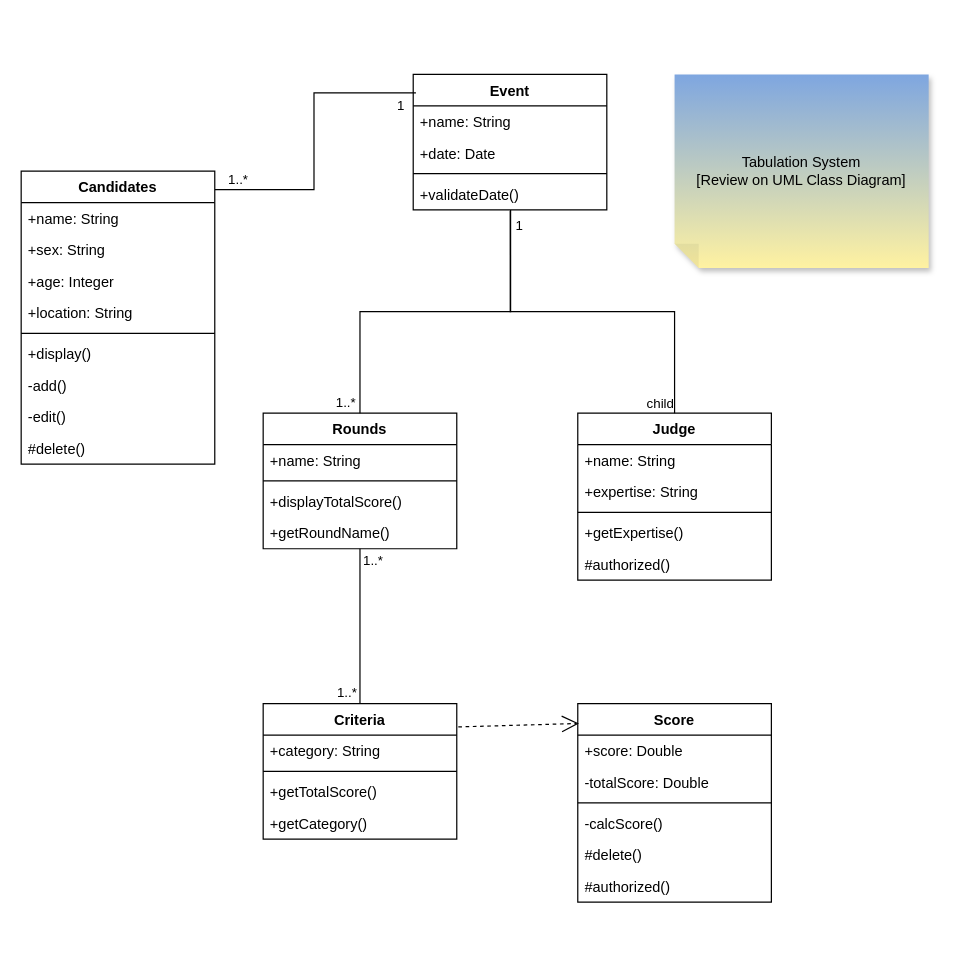
Earlier version of the draw.io diagram Tabulation System.drawio (kaisunoo/Acads). Source tidied: cells renumbered, new cells numbered last; positions are measured from the earlier drawing's top-left corner, leaving out a move shared by most shapes. Both pictures are drawn from the tidied source at 121%, with x=0, y=0 at pixel (21, 74).
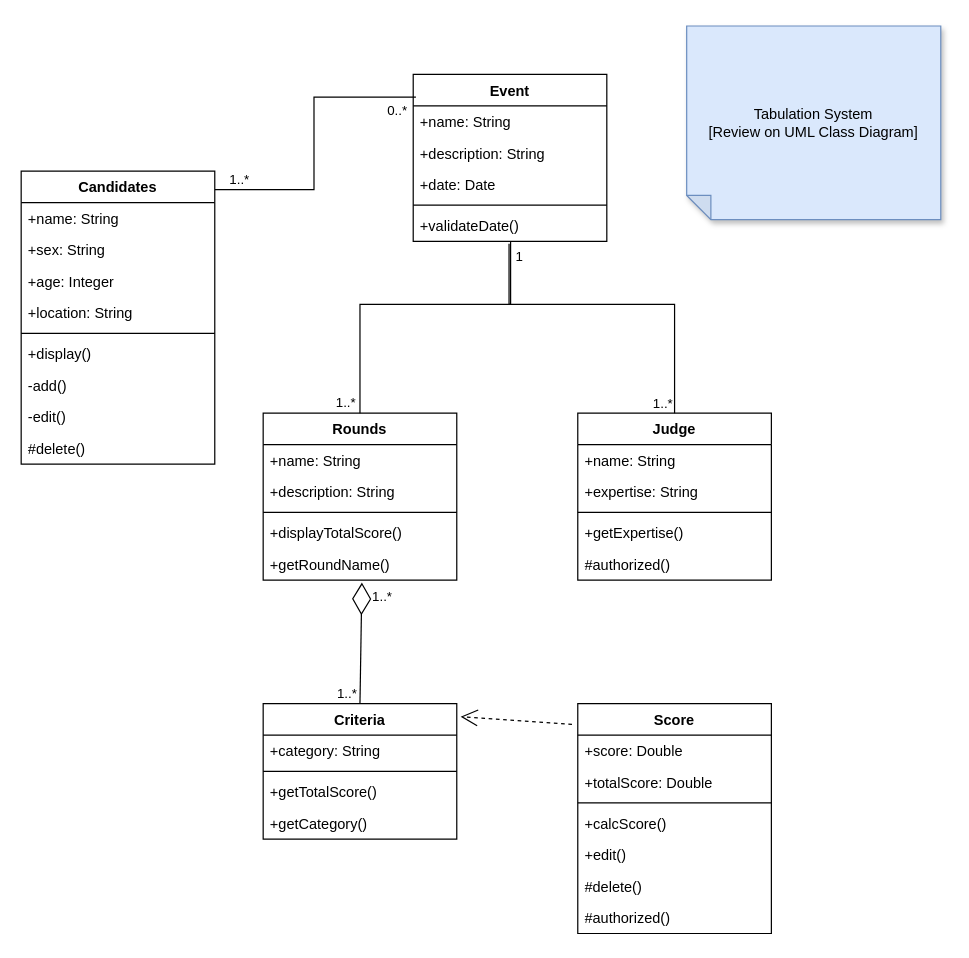
The same diagram, later.

The change refers to these unchanged cells:
```xml
<mxCell id="2" value="Criteria" style="swimlane;fontStyle=1;align=center;verticalAlign=top;horizontal=1;startSize=26;whiteSpace=wrap;html=1;" parent="1" vertex="1">
  <mxGeometry x="200" y="520" width="160" height="112" as="geometry" />
</mxCell>
<mxCell id="29" value="Judge" style="swimlane;fontStyle=1;align=center;verticalAlign=top;horizontal=1;startSize=26;whiteSpace=wrap;html=1;" parent="1" vertex="1">
  <mxGeometry x="460" y="280" width="160" height="138" as="geometry" />
</mxCell>
<mxCell id="40" style="endArrow=none;html=1;edgeStyle=orthogonalEdgeStyle;rounded=0;exitX=0.014;exitY=0.136;exitDx=0;exitDy=0;exitPerimeter=0;entryX=1.001;entryY=0.063;entryDx=0;entryDy=0;entryPerimeter=0;" parent="1" edge="1" source="24" target="7">
  <mxGeometry relative="1" as="geometry" />
</mxCell>
```

What changed in the source:
```diff
@@
     <mxCell id="17" value="Score" style="swimlane;fontStyle=1;align=center;verticalAlign=top;horizontal=1;startSize=26;whiteSpace=wrap;html=1;" parent="1" vertex="1">
-      <mxGeometry x="460" y="520" width="160" height="164" as="geometry" />
+      <mxGeometry x="460" y="520" width="160" height="190" as="geometry" />
     </mxCell>
@@
-    <mxCell id="19" value="-totalScore: Double" style="text;strokeColor=none;fillColor=none;align=left;verticalAlign=top;spacingLeft=4;spacingRight=4;overflow=hidden;whiteSpace=wrap;html=1;" parent="17" vertex="1">
+    <mxCell id="19" value="+totalScore: Double" style="text;strokeColor=none;fillColor=none;align=left;verticalAlign=top;spacingLeft=4;spacingRight=4;overflow=hidden;whiteSpace=wrap;html=1;" parent="17" vertex="1">
       <mxGeometry y="52" width="160" height="26" as="geometry" />
     </mxCell>
@@
-    <mxCell id="21" value="-calcScore()" style="text;strokeColor=none;fillColor=none;align=left;verticalAlign=top;spacingLeft=4;spacingRight=4;overflow=hidden;whiteSpace=wrap;html=1;" parent="17" vertex="1">
+    <mxCell id="21" value="+calcScore()" style="text;strokeColor=none;fillColor=none;align=left;verticalAlign=top;spacingLeft=4;spacingRight=4;overflow=hidden;whiteSpace=wrap;html=1;" parent="17" vertex="1">
       <mxGeometry y="86" width="160" height="26" as="geometry" />
     </mxCell>
+    <mxCell id="53" value="+edit()" style="text;strokeColor=none;fillColor=none;align=left;verticalAlign=top;spacingLeft=4;spacingRight=4;overflow=hidden;whiteSpace=wrap;html=1;" parent="17" vertex="1">
+      <mxGeometry y="112" width="160" height="26" as="geometry" />
+    </mxCell>
     <mxCell id="22" value="#delete()" style="text;strokeColor=none;fillColor=none;align=left;verticalAlign=top;spacingLeft=4;spacingRight=4;overflow=hidden;whiteSpace=wrap;html=1;" parent="17" vertex="1">
-      <mxGeometry y="112" width="160" height="26" as="geometry" />
+      <mxGeometry y="138" width="160" height="26" as="geometry" />
     </mxCell>
     <mxCell id="23" value="#authorized()" style="text;strokeColor=none;fillColor=none;align=left;verticalAlign=top;spacingLeft=4;spacingRight=4;overflow=hidden;whiteSpace=wrap;html=1;" parent="17" vertex="1">
-      <mxGeometry y="138" width="160" height="26" as="geometry" />
+      <mxGeometry y="164" width="160" height="26" as="geometry" />
     </mxCell>
     <mxCell id="24" value="Event" style="swimlane;fontStyle=1;align=center;verticalAlign=top;horizontal=1;startSize=26;whiteSpace=wrap;html=1;" parent="1" vertex="1">
-      <mxGeometry x="324" width="160" height="112" as="geometry" />
+      <mxGeometry x="324" width="160" height="138" as="geometry" />
     </mxCell>
@@
+    <mxCell id="54" value="+description: String" style="text;strokeColor=none;fillColor=none;align=left;verticalAlign=top;spacingLeft=4;spacingRight=4;overflow=hidden;whiteSpace=wrap;html=1;" parent="24" vertex="1">
+      <mxGeometry y="52" width="160" height="26" as="geometry" />
+    </mxCell>
     <mxCell id="26" value="+date: Date" style="text;align=left;verticalAlign=top;spacingLeft=4;spacingRight=4;overflow=hidden;rounded=0;shadow=0;html=0;" parent="24" vertex="1">
-      <mxGeometry y="52" width="160" height="26" as="geometry" />
+      <mxGeometry y="78" width="160" height="26" as="geometry" />
     </mxCell>
     <mxCell id="27" style="line;strokeWidth=1;fillColor=none;align=left;verticalAlign=middle;spacingTop=-1;spacingLeft=3;spacingRight=3;labelPosition=right;strokeColor=inherit;" parent="24" vertex="1">
-      <mxGeometry y="78" width="160" height="8" as="geometry" />
+      <mxGeometry y="104" width="160" height="8" as="geometry" />
     </mxCell>
     <mxCell id="28" value="+validateDate()" style="text;align=left;verticalAlign=top;spacingLeft=4;spacingRight=4;overflow=hidden;points=[[0,0.5],[1,0.5]];portConstraint=eastwest;" parent="24" vertex="1">
-      <mxGeometry y="86" width="160" height="26" as="geometry" />
+      <mxGeometry y="112" width="160" height="26" as="geometry" />
     </mxCell>
@@
     <mxCell id="35" value="Rounds" style="swimlane;fontStyle=1;align=center;verticalAlign=top;horizontal=1;startSize=26;whiteSpace=wrap;html=1;" parent="1" vertex="1">
-      <mxGeometry x="200" y="280" width="160" height="112" as="geometry" />
+      <mxGeometry x="200" y="280" width="160" height="138" as="geometry" />
     </mxCell>
@@
+    <mxCell id="55" value="+description: String" style="text;strokeColor=none;fillColor=none;align=left;verticalAlign=top;spacingLeft=4;spacingRight=4;overflow=hidden;whiteSpace=wrap;html=1;" parent="35" vertex="1">
+      <mxGeometry y="52" width="160" height="26" as="geometry" />
+    </mxCell>
     <mxCell id="37" style="line;strokeWidth=1;fillColor=none;align=left;verticalAlign=middle;spacingTop=-1;spacingLeft=3;spacingRight=3;labelPosition=right;strokeColor=inherit;" parent="35" vertex="1">
-      <mxGeometry y="52" width="160" height="8" as="geometry" />
+      <mxGeometry y="78" width="160" height="8" as="geometry" />
     </mxCell>
     <mxCell id="38" value="+displayTotalScore()" style="text;strokeColor=none;fillColor=none;align=left;verticalAlign=top;spacingLeft=4;spacingRight=4;overflow=hidden;whiteSpace=wrap;html=1;" parent="35" vertex="1">
-      <mxGeometry y="60" width="160" height="26" as="geometry" />
+      <mxGeometry y="86" width="160" height="26" as="geometry" />
     </mxCell>
     <mxCell id="39" value="+getRoundName()" style="text;strokeColor=none;fillColor=none;align=left;verticalAlign=top;spacingLeft=4;spacingRight=4;overflow=hidden;points=[[0,0.5],[1,0.5]];portConstraint=eastwest;whiteSpace=wrap;html=1;" parent="35" vertex="1">
-      <mxGeometry y="86" width="160" height="26" as="geometry" />
+      <mxGeometry y="112" width="160" height="26" as="geometry" />
     </mxCell>
@@
-    <mxCell id="41" value="1" style="edgeLabel;html=1;align=left;verticalAlign=bottom;" parent="40" vertex="1">
+    <mxCell id="41" value="0..*" style="edgeLabel;html=1;align=left;verticalAlign=bottom;" parent="40" vertex="1">
       <mxGeometry x="-1" relative="1" as="geometry">
-        <mxPoint x="-17" y="19" as="offset" />
+        <mxPoint x="-25" y="19" as="offset" />
       </mxGeometry>
     </mxCell>
@@
     <mxCell id="43" style="endArrow=none;html=1;edgeStyle=orthogonalEdgeStyle;rounded=0;exitX=0.503;exitY=1.005;exitDx=0;exitDy=0;exitPerimeter=0;entryX=0.5;entryY=0;entryDx=0;entryDy=0;" parent="1" edge="1" source="28" target="35">
-      <mxGeometry relative="1" as="geometry" />
+      <mxGeometry relative="1" as="geometry">
+        <Array as="points">
+          <mxPoint x="405" y="190" />
+          <mxPoint x="280" y="190" />
+        </Array>
+      </mxGeometry>
     </mxCell>
@@
-    <mxCell id="46" style="endArrow=open;endSize=12;dashed=1;html=1;rounded=0;exitX=1.008;exitY=0.172;exitDx=0;exitDy=0;exitPerimeter=0;entryX=0.006;entryY=0.1;entryDx=0;entryDy=0;entryPerimeter=0;" parent="1" edge="1" source="2" target="17">
-      <mxGeometry relative="1" as="geometry" />
-    </mxCell>
-    <mxCell id="47" style="endArrow=none;html=1;edgeStyle=orthogonalEdgeStyle;rounded=0;entryX=0.5;entryY=0;entryDx=0;entryDy=0;" parent="1" edge="1" source="35" target="2">
-      <mxGeometry relative="1" as="geometry" />
-    </mxCell>
-    <mxCell id="48" value="1..*" style="edgeLabel;html=1;align=left;verticalAlign=bottom;" parent="47" vertex="1">
-      <mxGeometry x="-1" relative="1" as="geometry">
-        <mxPoint x="1" y="18" as="offset" />
-      </mxGeometry>
-    </mxCell>
-    <mxCell id="49" value="1..*" style="edgeLabel;html=1;align=right;verticalAlign=bottom;" parent="47" vertex="1">
-      <mxGeometry x="1" relative="1" as="geometry">
-        <mxPoint x="-2" y="-1" as="offset" />
-      </mxGeometry>
-    </mxCell>
+    <mxCell id="56" value="1..*" style="edgeLabel;html=1;align=right;verticalAlign=bottom;" parent="43" vertex="1">
+      <mxGeometry x="1" relative="1" as="geometry">
+        <mxPoint x="27" y="160" as="offset" />
+      </mxGeometry>
+    </mxCell>
+    <mxCell id="57" value="1..*" style="edgeLabel;html=1;align=right;verticalAlign=bottom;" parent="43" vertex="1">
+      <mxGeometry x="1" relative="1" as="geometry">
+        <mxPoint x="-2" y="240" as="offset" />
+      </mxGeometry>
+    </mxCell>
-    <mxCell id="50" value="Tabulation System &lt;br&gt;[Review on UML Class Diagram]" style="shape=note;whiteSpace=wrap;html=1;backgroundOutline=1;fontColor=#000000;darkOpacity=0.05;fillColor=#7EA6E0;strokeColor=none;fillStyle=solid;direction=west;gradientDirection=north;gradientColor=#FFF2A1;shadow=1;size=20;" parent="1" vertex="1">
-      <mxGeometry x="540" width="210" height="160" as="geometry" />
+    <mxCell id="50" value="Tabulation System &lt;br&gt;[Review on UML Class Diagram]" style="shape=note;whiteSpace=wrap;html=1;backgroundOutline=1;darkOpacity=0.05;fillColor=#dae8fc;strokeColor=#6c8ebf;fillStyle=solid;direction=west;gradientDirection=north;shadow=1;size=20;" parent="1" vertex="1">
+      <mxGeometry x="550" y="-40" width="210" height="160" as="geometry" />
     </mxCell>
-    <mxCell id="51" style="endArrow=none;html=1;edgeStyle=orthogonalEdgeStyle;rounded=0;entryX=0.5;entryY=0;entryDx=0;entryDy=0;exitX=0.501;exitY=1.027;exitDx=0;exitDy=0;exitPerimeter=0;" parent="1" edge="1" source="28" target="29">
-      <mxGeometry relative="1" as="geometry" />
+    <mxCell id="51" style="endArrow=none;html=1;edgeStyle=orthogonalEdgeStyle;rounded=0;entryX=0.5;entryY=0;entryDx=0;entryDy=0;exitX=0.495;exitY=1.077;exitDx=0;exitDy=0;exitPerimeter=0;" parent="1" edge="1" source="28" target="29">
+      <mxGeometry relative="1" as="geometry">
+        <Array as="points">
+          <mxPoint x="403" y="190" />
+          <mxPoint x="540" y="190" />
+        </Array>
+      </mxGeometry>
     </mxCell>
-    <mxCell id="52" value="child" style="edgeLabel;html=1;align=right;verticalAlign=bottom;" parent="51" vertex="1">
-      <mxGeometry x="1" relative="1" as="geometry" />
+    <mxCell id="52" value="1..*" style="edgeLabel;html=1;align=right;verticalAlign=bottom;" parent="51" vertex="1">
+      <mxGeometry x="1" relative="1" as="geometry">
+        <mxPoint x="-1" as="offset" />
+      </mxGeometry>
     </mxCell>
+    <mxCell id="58" style="endArrow=open;endSize=12;dashed=1;html=1;rounded=0;exitX=-0.03;exitY=0.09;exitDx=0;exitDy=0;entryX=1.02;entryY=0.096;entryDx=0;entryDy=0;entryPerimeter=0;exitPerimeter=0;" parent="1" edge="1" source="17" target="2">
+      <mxGeometry relative="1" as="geometry" />
+    </mxCell>
+    <mxCell id="59" style="endArrow=diamondThin;endFill=0;endSize=24;html=1;rounded=0;exitX=0.5;exitY=0;exitDx=0;exitDy=0;entryX=0.51;entryY=1.077;entryDx=0;entryDy=0;entryPerimeter=0;" parent="1" edge="1" source="2" target="39">
+      <mxGeometry relative="1" as="geometry" />
+    </mxCell>
```
